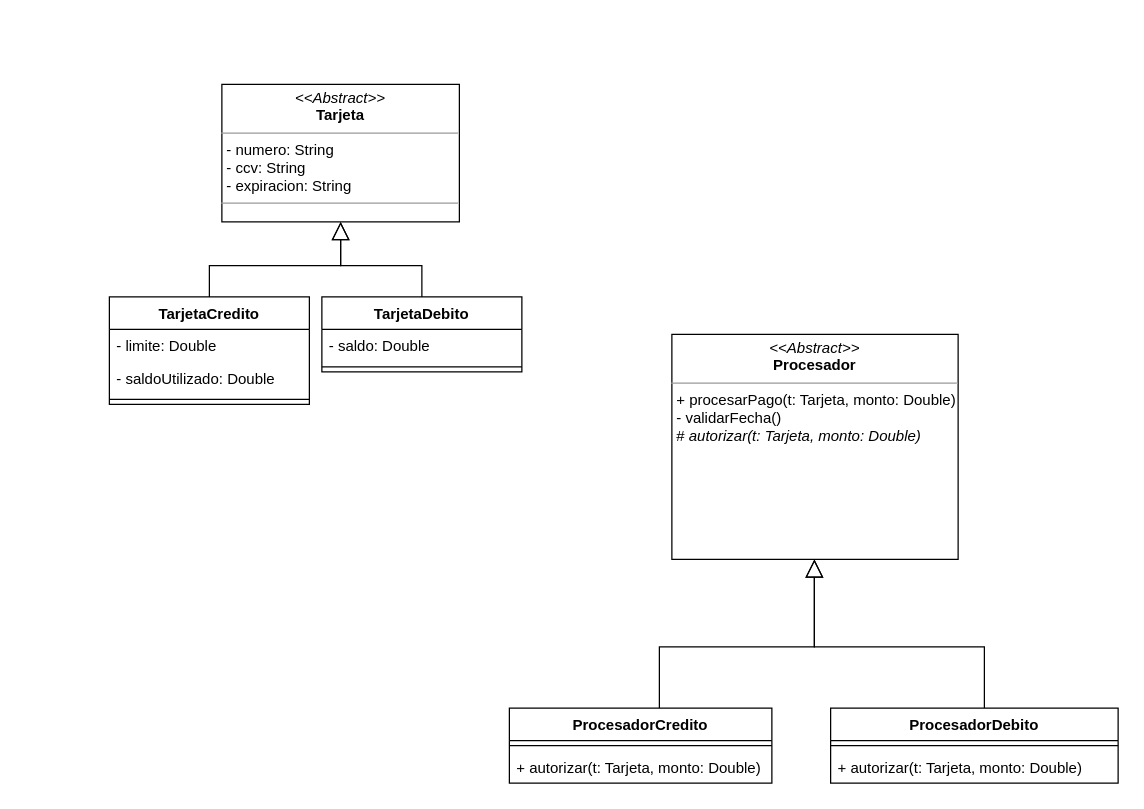
The draw.io diagram Clase_2/ejercicios/asincronico/UML.drawio in dedosmedia/BackEnd_I, before the edit. Source tidied: cells renumbered, new cells numbered last; positions are measured from the earlier drawing's top-left corner, leaving out a move shared by most shapes. Both pictures are drawn from the tidied source at 125%, with x=0, y=0 at pixel (109, 84).
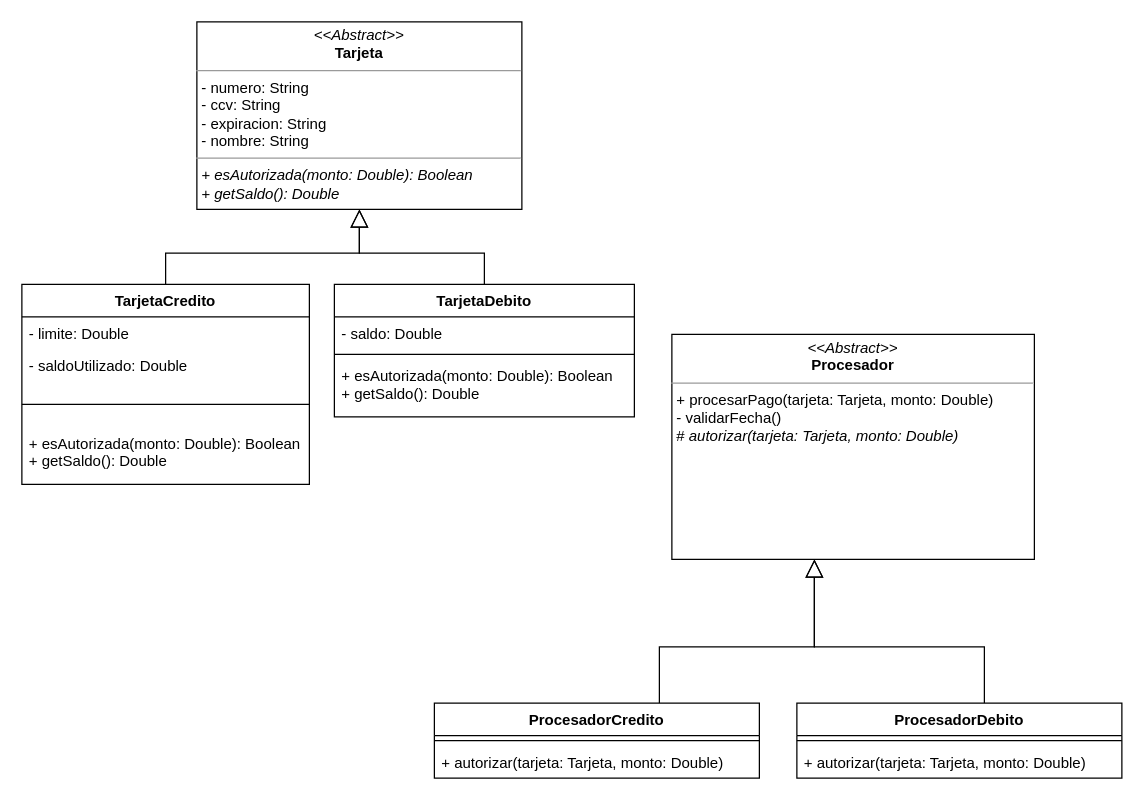
Above is the later version.

Diff of the diagram source:
```diff
@@
-    <mxCell id="2" value="&lt;p style=&quot;margin: 0px ; margin-top: 4px ; text-align: center&quot;&gt;&lt;i&gt;&amp;lt;&amp;lt;Abstract&amp;gt;&amp;gt;&lt;/i&gt;&lt;br&gt;&lt;b&gt;Procesador&lt;/b&gt;&lt;/p&gt;&lt;hr size=&quot;1&quot;&gt;&lt;p style=&quot;margin: 0px ; margin-left: 4px&quot;&gt;&lt;/p&gt;&lt;p style=&quot;margin: 0px ; margin-left: 4px&quot;&gt;+ procesarPago(t: Tarjeta, monto: Double)&lt;br&gt;- validarFecha()&lt;br&gt;# &lt;i&gt;autorizar(t: Tarjeta, monto: Double)&lt;/i&gt;&lt;/p&gt;" style="verticalAlign=top;align=left;overflow=fill;fontSize=12;fontFamily=Helvetica;html=1;" parent="1" vertex="1">
-      <mxGeometry x="450" y="200" width="229" height="180" as="geometry" />
+    <mxCell id="2" value="&lt;p style=&quot;margin: 0px ; margin-top: 4px ; text-align: center&quot;&gt;&lt;i&gt;&amp;lt;&amp;lt;Abstract&amp;gt;&amp;gt;&lt;/i&gt;&lt;br&gt;&lt;b&gt;Procesador&lt;/b&gt;&lt;/p&gt;&lt;hr size=&quot;1&quot;&gt;&lt;p style=&quot;margin: 0px ; margin-left: 4px&quot;&gt;&lt;/p&gt;&lt;p style=&quot;margin: 0px ; margin-left: 4px&quot;&gt;+ procesarPago(tarjeta: Tarjeta, monto: Double)&lt;br&gt;- validarFecha()&lt;br&gt;# &lt;i&gt;autorizar(tarjeta: Tarjeta, monto: Double)&lt;/i&gt;&lt;/p&gt;" style="verticalAlign=top;align=left;overflow=fill;fontSize=12;fontFamily=Helvetica;html=1;" parent="1" vertex="1">
+      <mxGeometry x="450" y="200" width="290" height="180" as="geometry" />
     </mxCell>
@@
     <mxCell id="4" value="ProcesadorCredito" style="swimlane;fontStyle=1;align=center;verticalAlign=top;horizontal=1;startSize=26;" parent="1" vertex="1">
-      <mxGeometry x="320" y="499" width="210" height="60" as="geometry" />
+      <mxGeometry x="260" y="495" width="260" height="60" as="geometry" />
     </mxCell>
     <mxCell id="5" style="line;strokeWidth=1;fillColor=none;align=left;verticalAlign=middle;spacingTop=-1;spacingLeft=3;spacingRight=3;labelPosition=right;" parent="4" vertex="1">
-      <mxGeometry y="26" width="210" height="8" as="geometry" />
+      <mxGeometry y="26" width="260" height="8" as="geometry" />
     </mxCell>
-    <mxCell id="6" value="+ autorizar(t: Tarjeta, monto: Double)" style="text;strokeColor=none;fillColor=none;align=left;verticalAlign=top;spacingLeft=4;spacingRight=4;overflow=hidden;" parent="4" vertex="1">
-      <mxGeometry y="34" width="210" height="26" as="geometry" />
+    <mxCell id="6" value="+ autorizar(tarjeta: Tarjeta, monto: Double)" style="text;strokeColor=none;fillColor=none;align=left;verticalAlign=top;spacingLeft=4;spacingRight=4;overflow=hidden;" parent="4" vertex="1">
+      <mxGeometry y="34" width="260" height="26" as="geometry" />
     </mxCell>
@@
     <mxCell id="8" value="ProcesadorDebito" style="swimlane;fontStyle=1;align=center;verticalAlign=top;horizontal=1;startSize=26;" parent="1" vertex="1">
-      <mxGeometry x="577" y="499" width="230" height="60" as="geometry" />
+      <mxGeometry x="550" y="495" width="260" height="60" as="geometry" />
     </mxCell>
     <mxCell id="9" style="line;strokeWidth=1;fillColor=none;align=left;verticalAlign=middle;spacingTop=-1;spacingLeft=3;spacingRight=3;labelPosition=right;" parent="8" vertex="1">
-      <mxGeometry y="26" width="230" height="8" as="geometry" />
+      <mxGeometry y="26" width="260" height="8" as="geometry" />
     </mxCell>
-    <mxCell id="10" value="+ autorizar(t: Tarjeta, monto: Double)" style="text;strokeColor=none;fillColor=none;align=left;verticalAlign=top;spacingLeft=4;spacingRight=4;overflow=hidden;" parent="8" vertex="1">
-      <mxGeometry y="34" width="230" height="26" as="geometry" />
+    <mxCell id="10" value="+ autorizar(tarjeta: Tarjeta, monto: Double)" style="text;strokeColor=none;fillColor=none;align=left;verticalAlign=top;spacingLeft=4;spacingRight=4;overflow=hidden;" parent="8" vertex="1">
+      <mxGeometry y="34" width="260" height="26" as="geometry" />
     </mxCell>
-    <mxCell id="11" value="&lt;p style=&quot;margin: 0px ; margin-top: 4px ; text-align: center&quot;&gt;&lt;i&gt;&amp;lt;&amp;lt;Abstract&amp;gt;&amp;gt;&lt;/i&gt;&lt;br&gt;&lt;b&gt;Tarjeta&lt;/b&gt;&lt;/p&gt;&lt;hr size=&quot;1&quot;&gt;&lt;p style=&quot;margin: 0px ; margin-left: 4px&quot;&gt;- numero: String&lt;br&gt;- ccv: String&lt;br&gt;- expiracion: String&lt;/p&gt;&lt;hr size=&quot;1&quot;&gt;&lt;p style=&quot;margin: 0px ; margin-left: 4px&quot;&gt;&lt;br&gt;&lt;/p&gt;" style="verticalAlign=top;align=left;overflow=fill;fontSize=12;fontFamily=Helvetica;html=1;" parent="1" vertex="1">
-      <mxGeometry x="90" width="190" height="110" as="geometry" />
+    <mxCell id="11" value="&lt;p style=&quot;margin: 0px ; margin-top: 4px ; text-align: center&quot;&gt;&lt;i&gt;&amp;lt;&amp;lt;Abstract&amp;gt;&amp;gt;&lt;/i&gt;&lt;br&gt;&lt;b&gt;Tarjeta&lt;/b&gt;&lt;/p&gt;&lt;hr size=&quot;1&quot;&gt;&lt;p style=&quot;margin: 0px ; margin-left: 4px&quot;&gt;- numero: String&lt;br&gt;- ccv: String&lt;br&gt;- expiracion: String&lt;br&gt;- nombre: String&lt;/p&gt;&lt;hr size=&quot;1&quot;&gt;&lt;p style=&quot;margin: 0px ; margin-left: 4px&quot;&gt;&lt;i&gt;+ esAutorizada(monto: Double): Boolean&lt;/i&gt;&lt;/p&gt;&lt;p style=&quot;margin: 0px ; margin-left: 4px&quot;&gt;&lt;i&gt;+ getSaldo(): Double&lt;/i&gt;&lt;/p&gt;&lt;p style=&quot;margin: 0px ; margin-left: 4px&quot;&gt;&lt;i&gt;&lt;br&gt;&lt;/i&gt;&lt;/p&gt;" style="verticalAlign=top;align=left;overflow=fill;fontSize=12;fontFamily=Helvetica;html=1;" parent="1" vertex="1">
+      <mxGeometry x="70" y="-50" width="260" height="150" as="geometry" />
     </mxCell>
@@
     <mxCell id="13" value="TarjetaCredito" style="swimlane;fontStyle=1;align=center;verticalAlign=top;horizontal=1;startSize=26;" parent="1" vertex="1">
-      <mxGeometry y="170" width="160" height="86" as="geometry" />
+      <mxGeometry x="-70" y="160" width="230" height="160" as="geometry" />
     </mxCell>
     <mxCell id="14" value="- limite: Double" style="text;strokeColor=none;fillColor=none;align=left;verticalAlign=top;spacingLeft=4;spacingRight=4;overflow=hidden;" parent="13" vertex="1">
-      <mxGeometry y="26" width="160" height="26" as="geometry" />
+      <mxGeometry y="26" width="230" height="26" as="geometry" />
     </mxCell>
+    <mxCell id="21" value="- saldoUtilizado: Double" style="text;strokeColor=none;fillColor=none;align=left;verticalAlign=top;spacingLeft=4;spacingRight=4;overflow=hidden;" parent="13" vertex="1">
+      <mxGeometry y="52" width="230" height="26" as="geometry" />
+    </mxCell>
+    <mxCell id="16" style="line;strokeWidth=1;fillColor=none;align=left;verticalAlign=middle;spacingTop=-1;spacingLeft=3;spacingRight=3;labelPosition=right;" parent="13" vertex="1">
+      <mxGeometry y="78" width="230" height="36" as="geometry" />
+    </mxCell>
-    <mxCell id="15" value="- saldoUtilizado: Double" style="text;strokeColor=none;fillColor=none;align=left;verticalAlign=top;spacingLeft=4;spacingRight=4;overflow=hidden;" parent="13" vertex="1">
-      <mxGeometry y="52" width="160" height="26" as="geometry" />
+    <mxCell id="15" value="+ esAutorizada(monto: Double): Boolean&#10;+ getSaldo(): Double" style="text;strokeColor=none;fillColor=none;align=left;verticalAlign=top;spacingLeft=4;spacingRight=4;overflow=hidden;" parent="13" vertex="1">
+      <mxGeometry y="114" width="230" height="46" as="geometry" />
     </mxCell>
-    <mxCell id="16" style="line;strokeWidth=1;fillColor=none;align=left;verticalAlign=middle;spacingTop=-1;spacingLeft=3;spacingRight=3;labelPosition=right;" parent="13" vertex="1">
-      <mxGeometry y="78" width="160" height="8" as="geometry" />
-    </mxCell>
@@
     <mxCell id="18" value="TarjetaDebito" style="swimlane;fontStyle=1;align=center;verticalAlign=top;horizontal=1;startSize=26;" parent="1" vertex="1">
-      <mxGeometry x="170" y="170" width="160" height="60" as="geometry" />
+      <mxGeometry x="180" y="160" width="240" height="106" as="geometry" />
     </mxCell>
     <mxCell id="19" value="- saldo: Double" style="text;strokeColor=none;fillColor=none;align=left;verticalAlign=top;spacingLeft=4;spacingRight=4;overflow=hidden;" parent="18" vertex="1">
-      <mxGeometry y="26" width="160" height="26" as="geometry" />
+      <mxGeometry y="26" width="240" height="26" as="geometry" />
     </mxCell>
     <mxCell id="20" style="line;strokeWidth=1;fillColor=none;align=left;verticalAlign=middle;spacingTop=-1;spacingLeft=3;spacingRight=3;labelPosition=right;" parent="18" vertex="1">
-      <mxGeometry y="52" width="160" height="8" as="geometry" />
+      <mxGeometry y="52" width="240" height="8" as="geometry" />
     </mxCell>
+    <mxCell id="22" value="+ esAutorizada(monto: Double): Boolean&#10;+ getSaldo(): Double" style="text;strokeColor=none;fillColor=none;align=left;verticalAlign=top;spacingLeft=4;spacingRight=4;overflow=hidden;" parent="18" vertex="1">
+      <mxGeometry y="60" width="240" height="46" as="geometry" />
+    </mxCell>
```
